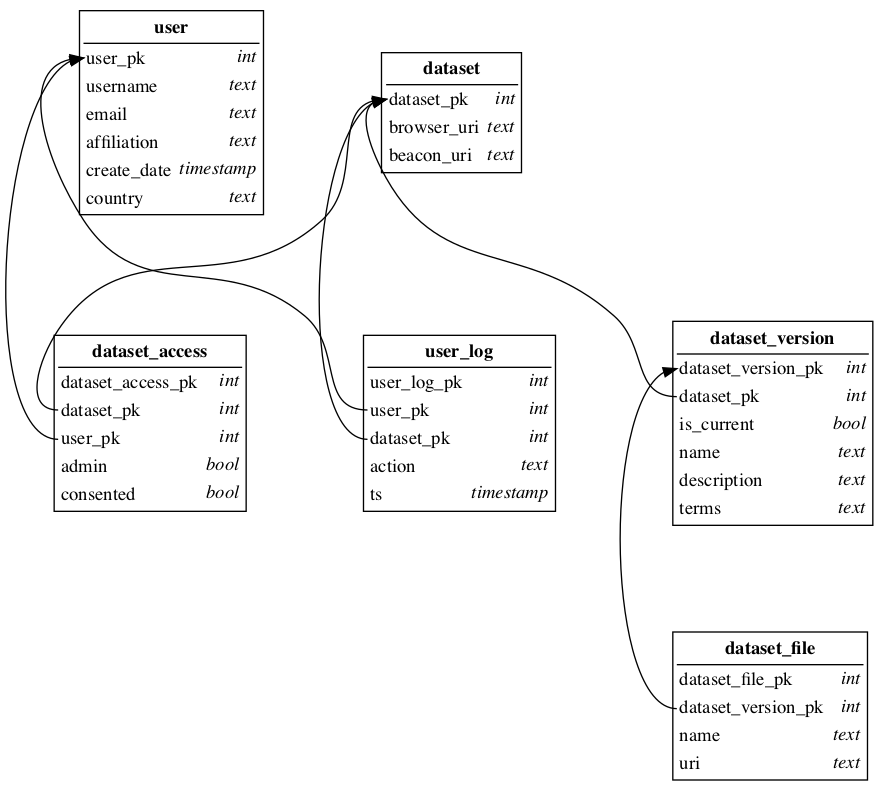
Earlier version of the Graphviz export sql/schema.dot.png (NBISweden/swefreq). Its source is kept beside it as sql/schema.dot. The source it was exported from:
```dot
digraph {
    ranksep=1 nodesep=1 rankdir=BT
    node [ shape = none ]
    /*
    subgraph cluster0 {
        user_log_old [ label="{user_log|pk\lemail\laction\lts\l}" ]
        users_old [ label="{users|pk\lusername\lemail\ldownload_count\lswefreq_admin\laffiliation\lfull_user\lcreate_date\lcountry\lnewsletter\l}" ]
        label = "Old schema"
    }
    */
        user [ label=<<table border="1" cellborder="0" align="left">
            <tr><td border="1" sides="b" colspan="2"><b>user</b></td></tr>
            <tr><td align="left" port="pk">user_pk</td><td align="right"><i>int</i></td></tr>
            <tr><td align="left">username</td><td align="right"><i>text</i></td></tr>
            <tr><td align="left" port="email">email</td><td align="right"><i>text</i></td></tr>
            <tr><td align="left">affiliation</td><td align="right"><i>text</i></td></tr>
            <tr><td align="left">create_date</td><td align="right"><i>timestamp</i></td></tr>
            <tr><td align="left">country</td><td align="right"><i>text</i></td></tr>
            </table>> ];

        dataset [ label=<<table border="1" cellborder="0">
            <tr><td border="1" sides="b" colspan="2"><b>dataset</b></td></tr>
            <tr><td align="left" port="pk">dataset_pk</td><td align="right"><i>int</i></td></tr>
            <tr><td align="left">browser_uri</td>         <td align="right"><i>text</i></td></tr>
            <tr><td align="left">beacon_uri</td>          <td align="right"><i>text</i></td></tr>
            </table>> ];

        user_log [ label=<<table border="1" cellborder="0">
            <tr><td border="1" sides="b" colspan="2"><b>user_log</b></td></tr>
            <tr><td align="left" port="pk">user_log_pk</td><td align="right"><i>int</i></td></tr>
            <tr><td align="left" port="user_pk">user_pk</td><td align="right"><i>int</i></td></tr>
            <tr><td align="left" port="dataset">dataset_pk</td><td align="right"><i>int</i></td></tr>
            <tr><td align="left">action</td><td align="right"><i>text</i></td></tr>
            <tr><td align="left">ts</td><td align="right"><i>timestamp</i></td></tr>
            </table>> ];

        dataset_access [ label=<<table border="1" cellborder="0">
            <tr><td border="1" sides="b" colspan="2"><b>dataset_access</b></td></tr>
            <tr><td align="left" port="pk">dataset_access_pk</td><td align="right"><i>int</i></td></tr>
            <tr><td align="left" port="dataset">dataset_pk</td><td align="right"><i>int</i></td></tr>
            <tr><td align="left" port="user">user_pk</td><td align="right"><i>int</i></td></tr>
            <tr><td align="left">admin</td><td align="right"><i>bool</i></td></tr>
            <tr><td align="left">consented</td><td align="right"><i>bool</i></td></tr>
            </table>> ];


        dataset_version [ label=<<table border="1" cellborder="0">
            <tr><td border="1" sides="b" colspan="2"><b>dataset_version</b></td></tr>
            <tr><td align="left" port="pk">dataset_version_pk</td><td align="right"><i>int</i></td></tr>
            <tr><td align="left" port="dataset">dataset_pk</td><td align="right"><i>int</i></td></tr>
            <tr><td align="left">is_current</td><td align="right"><i>bool</i></td></tr>
            <tr><td align="left">name</td><td align="right"><i>text</i></td></tr>
            <tr><td align="left">description</td><td align="right"><i>text</i></td></tr>
            <tr><td align="left">terms</td><td align="right"><i>text</i></td></tr>
            </table>> ];

        dataset_file [ label=<<table border="1" cellborder="0">
            <tr><td border="1" sides="b" colspan="2"><b>dataset_file</b></td></tr>
            <tr><td align="left" port="pk">dataset_file_pk</td><td align="right"><i>int</i></td></tr>
            <tr><td align="left" port="dv">dataset_version_pk</td><td align="right"><i>int</i></td></tr>
            <tr><td align="left">name</td><td align="right"><i>text</i></td></tr>
            <tr><td align="left">uri</td><td align="right"><i>text</i></td></tr>
            </table>> ];


        user_log:user_pk -> user:pk;
        dataset_access:user -> user:pk
        dataset_access:dataset -> dataset:pk
        dataset_version:dataset -> dataset:pk
        dataset_file:dv -> dataset_version:pk
        user_log:dataset -> dataset:pk

}
```
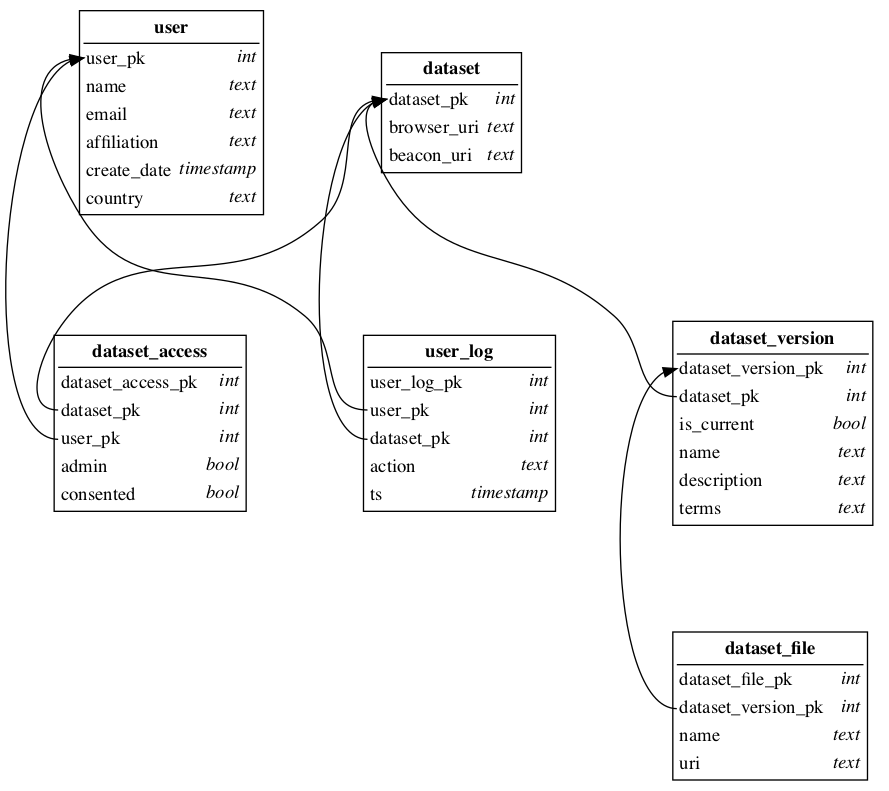
The same diagram one commit later.

Commit message:
username -> name

What changed in the source:
```diff
@@ -11,7 +11,7 @@
         user [ label=<<table border="1" cellborder="0" align="left">
             <tr><td border="1" sides="b" colspan="2"><b>user</b></td></tr>
             <tr><td align="left" port="pk">user_pk</td><td align="right"><i>int</i></td></tr>
-            <tr><td align="left">username</td><td align="right"><i>text</i></td></tr>
+            <tr><td align="left">name</td><td align="right"><i>text</i></td></tr>
             <tr><td align="left" port="email">email</td><td align="right"><i>text</i></td></tr>
             <tr><td align="left">affiliation</td><td align="right"><i>text</i></td></tr>
             <tr><td align="left">create_date</td><td align="right"><i>timestamp</i></td></tr>
```
